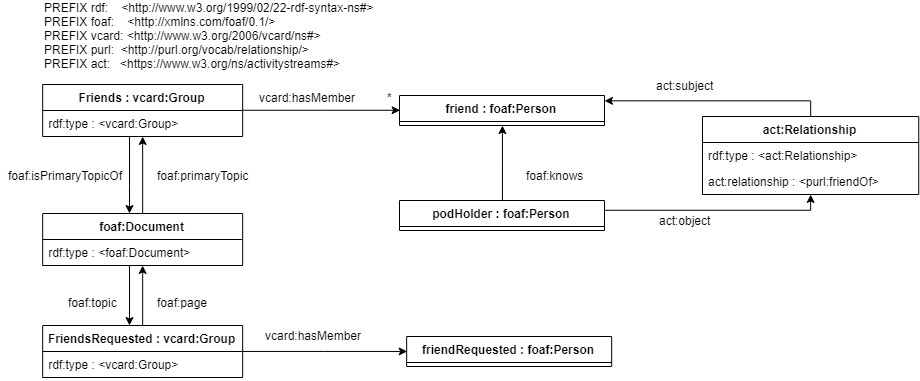
Earlier version of the draw.io export docs/images/friendsontologie.png (ozcanseker/Social-linked-beer). Source tidied: cells renumbered, new cells last; positions are measured from the earlier drawing's top-left corner, leaving out a move shared by most shapes.
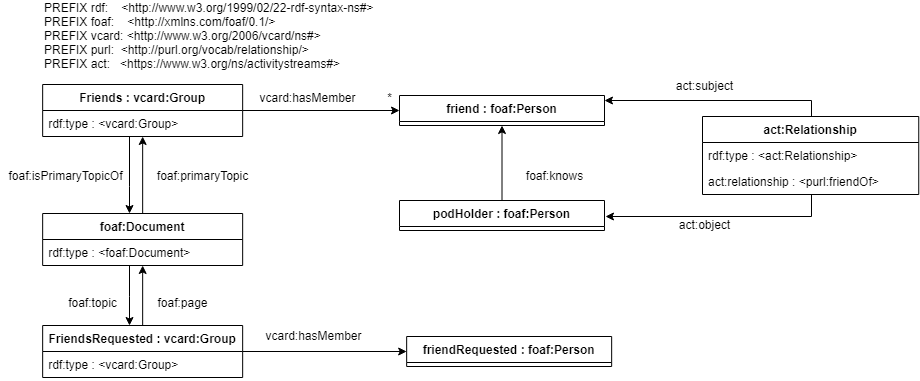
After the change.

What changed in the source:
```diff
@@ -31,26 +31,26 @@
     <mxCell id="9" value="vcard:hasMember" style="text;html=1;align=center;verticalAlign=middle;" parent="1" vertex="1">
       <mxGeometry x="252.2" y="87" width="110" height="20" as="geometry" />
     </mxCell>
-    <mxCell id="10" style="edgeStyle=orthogonalEdgeStyle;rounded=0;jettySize=auto;html=1;entryX=0.5;entryY=1;entryDx=0;entryDy=0;" parent="1" edge="1" source="12" target="7">
+    <mxCell id="10" style="edgeStyle=orthogonalEdgeStyle;rounded=0;jettySize=auto;html=1;entryX=0.5;entryY=1;entryDx=0;entryDy=0;" parent="1" edge="1" source="11" target="7">
       <mxGeometry relative="1" as="geometry" />
     </mxCell>
-    <mxCell id="11" style="edgeStyle=orthogonalEdgeStyle;rounded=0;jettySize=auto;html=1;" parent="1" edge="1" source="12" target="17">
-      <mxGeometry relative="1" as="geometry">
-        <Array as="points">
-          <mxPoint x="810" y="210" />
-        </Array>
-      </mxGeometry>
+    <mxCell id="11" value="podHolder : foaf:Person" style="swimlane;fontStyle=1;align=center;verticalAlign=top;horizontal=1;startSize=26;" parent="1" vertex="1">
+      <mxGeometry x="399" y="200" width="205" height="30" as="geometry" />
     </mxCell>
-    <mxCell id="12" value="podHolder : foaf:Person" style="swimlane;fontStyle=1;align=center;verticalAlign=top;horizontal=1;startSize=26;" parent="1" vertex="1">
-      <mxGeometry x="399" y="200" width="205" height="30" as="geometry" />
+    <mxCell id="12" value="foaf:knows" style="text;html=1;align=center;verticalAlign=middle;points=[];" parent="1" vertex="1">
+      <mxGeometry x="519" y="165" width="70" height="20" as="geometry" />
     </mxCell>
-    <mxCell id="13" value="foaf:knows" style="text;html=1;align=center;verticalAlign=middle;" parent="1" vertex="1">
-      <mxGeometry x="519" y="165" width="70" height="20" as="geometry" />
+    <mxCell id="13" style="edgeStyle=orthogonalEdgeStyle;rounded=0;jettySize=auto;html=1;" parent="1" edge="1" source="15" target="7">
+      <mxGeometry relative="1" as="geometry">
+        <Array as="points">
+          <mxPoint x="810" y="100" />
+        </Array>
+      </mxGeometry>
     </mxCell>
-    <mxCell id="14" style="edgeStyle=orthogonalEdgeStyle;rounded=0;jettySize=auto;html=1;" parent="1" edge="1" source="15" target="7">
+    <mxCell id="14" style="edgeStyle=orthogonalEdgeStyle;rounded=0;jettySize=auto;html=1;entryX=1;entryY=0.5;entryDx=0;entryDy=0;" parent="1" edge="1" source="15" target="11">
       <mxGeometry relative="1" as="geometry">
         <Array as="points">
-          <mxPoint x="810" y="100" />
+          <mxPoint x="810" y="214" />
         </Array>
       </mxGeometry>
     </mxCell>
@@ -64,10 +64,10 @@
       <mxGeometry y="52" width="216.2" height="26" as="geometry" />
     </mxCell>
     <mxCell id="18" value="act:object" style="text;html=1;align=center;verticalAlign=middle;" parent="1" vertex="1">
-      <mxGeometry x="649" y="210" width="70" height="20" as="geometry" />
+      <mxGeometry x="669" y="214" width="70" height="20" as="geometry" />
     </mxCell>
     <mxCell id="19" value="act:subject" style="text;html=1;align=center;verticalAlign=middle;" parent="1" vertex="1">
-      <mxGeometry x="649" y="75" width="70" height="20" as="geometry" />
+      <mxGeometry x="669" y="75" width="70" height="20" as="geometry" />
     </mxCell>
     <mxCell id="20" style="edgeStyle=orthogonalEdgeStyle;rounded=0;jettySize=auto;html=1;" parent="1" edge="1" source="22" target="5">
       <mxGeometry relative="1" as="geometry" />
```
